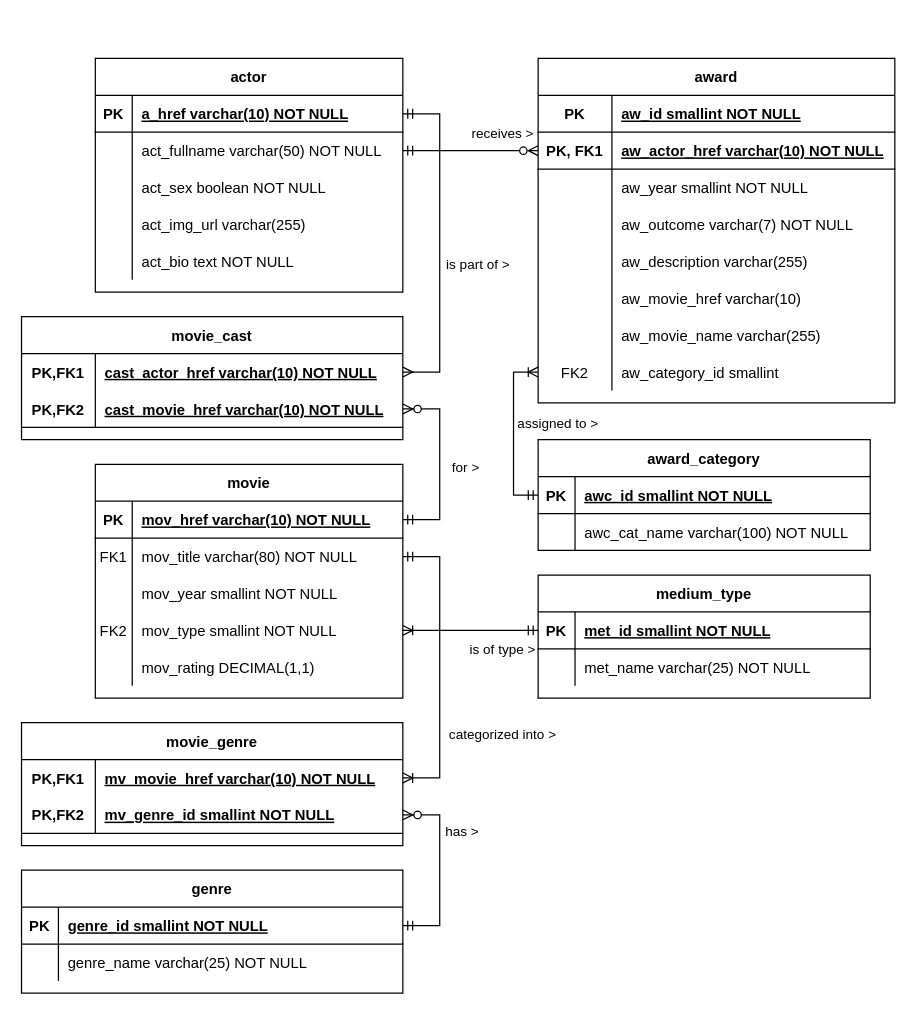
This is charts/ERD_IMDB_Analysis.drawio from Mushroomator/IMDb-Analyser, a draw.io file, before an edit. Source tidied: cells renumbered, new cells numbered last; positions are measured from the earlier drawing's top-left corner, leaving out a move shared by most shapes. Both pictures are drawn from the tidied source at 123%, with x=0, y=0 at pixel (21, 58).
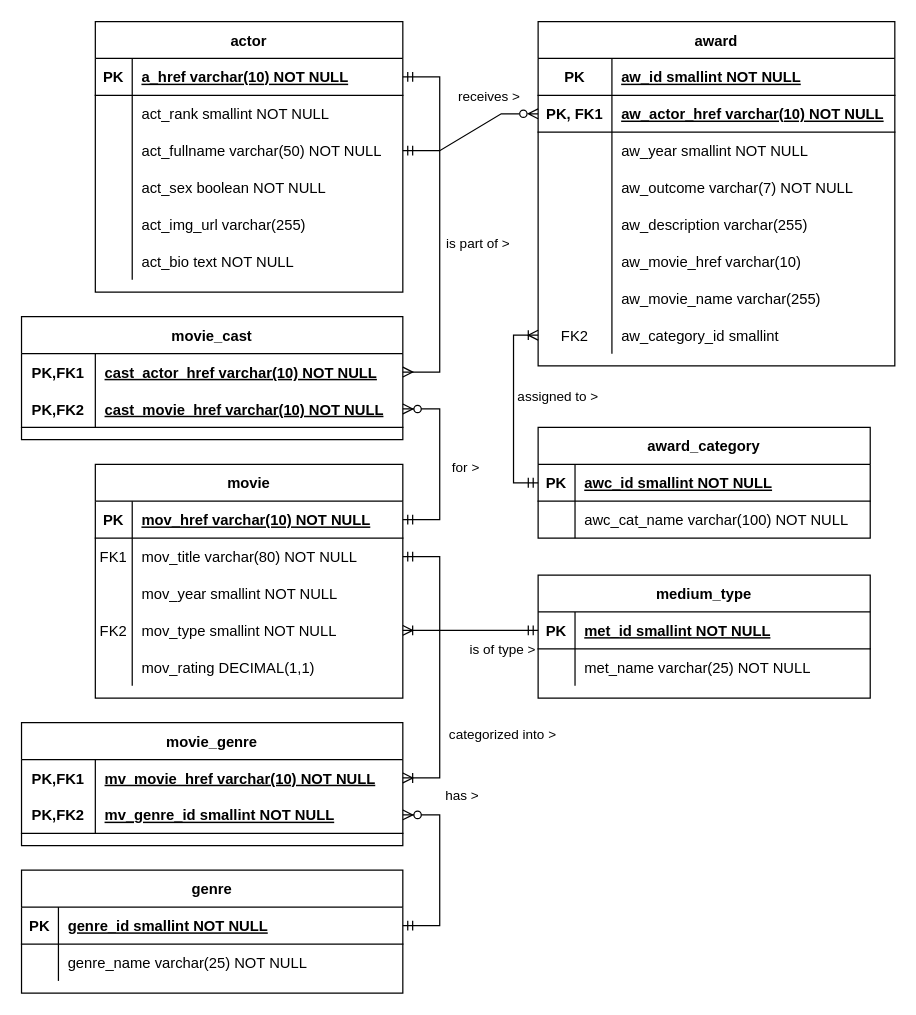
Above is the later version.

Unchanged cells that the change refers to:
```xml
<mxCell id="70" style="edgeStyle=entityRelationEdgeStyle;fontSize=12;html=1;endArrow=ERmandOne;endFill=0;rounded=0;entryX=1;entryY=0.5;entryDx=0;entryDy=0;exitX=0;exitY=0.5;exitDx=0;exitDy=0;jumpStyle=none;noJump=0;orthogonal=0;verticalAlign=middle;startArrow=ERzeroToMany;startFill=0;" parent="1" edge="1" source="6" target="47">
  <mxGeometry relative="1" as="geometry" />
</mxCell>
```

Change to the diagram source:
```diff
@@
     <mxCell id="2" value="award" style="shape=table;startSize=30;childLayout=tableLayout;rowLines=0;fontStyle=1;align=center;" parent="1" vertex="1">
-      <mxGeometry x="420" width="290" height="280" as="geometry" />
+      <mxGeometry x="420" y="-30" width="290" height="280" as="geometry" />
     </mxCell>
@@
     <mxCell id="43" value="actor" style="shape=table;startSize=30;childLayout=tableLayout;rowLines=0;fontStyle=1;align=center;" parent="1" vertex="1">
-      <mxGeometry x="60" width="250" height="190" as="geometry" />
+      <mxGeometry x="60" y="-30" width="250" height="220" as="geometry" />
     </mxCell>
@@
+    <mxCell id="108" style="shape=partialRectangle;fillColor=none;top=0;left=0;right=0;bottom=0;" parent="43" vertex="1">
+      <mxGeometry y="60" width="250" height="30" as="geometry" />
+    </mxCell>
+    <mxCell id="109" style="shape=partialRectangle;overflow=hidden;fillColor=none;top=0;left=0;bottom=0;right=0;" parent="108" vertex="1">
+      <mxGeometry width="30" height="30" as="geometry" />
+    </mxCell>
+    <mxCell id="110" value="act_rank smallint NOT NULL" style="shape=partialRectangle;overflow=hidden;fillColor=none;top=0;left=0;bottom=0;right=0;align=left;spacingLeft=6;" parent="108" vertex="1">
+      <mxGeometry x="30" width="220" height="30" as="geometry" />
+    </mxCell>
     <mxCell id="47" style="shape=partialRectangle;fillColor=none;points=[[0,0.5],[1,0.5]];portConstraint=eastwest;top=0;left=0;right=0;bottom=0;" parent="43" vertex="1">
-      <mxGeometry y="60" width="250" height="30" as="geometry" />
+      <mxGeometry y="90" width="250" height="30" as="geometry" />
     </mxCell>
@@
     <mxCell id="50" style="shape=partialRectangle;fillColor=none;top=0;left=0;right=0;bottom=0;" parent="43" vertex="1">
-      <mxGeometry y="90" width="250" height="30" as="geometry" />
+      <mxGeometry y="120" width="250" height="30" as="geometry" />
     </mxCell>
@@
     <mxCell id="53" style="shape=partialRectangle;fillColor=none;top=0;left=0;right=0;bottom=0;" parent="43" vertex="1">
-      <mxGeometry y="120" width="250" height="30" as="geometry" />
+      <mxGeometry y="150" width="250" height="30" as="geometry" />
     </mxCell>
@@
     <mxCell id="56" style="shape=partialRectangle;fillColor=none;top=0;left=0;right=0;bottom=0;" parent="43" vertex="1">
-      <mxGeometry y="150" width="250" height="30" as="geometry" />
+      <mxGeometry y="180" width="250" height="30" as="geometry" />
     </mxCell>
@@
     <mxCell id="71" value="receives &amp;gt;" style="edgeLabel;html=1;align=center;verticalAlign=middle;" parent="70" vertex="1">
       <mxGeometry x="0.08" relative="1" as="geometry">
-        <mxPoint x="29" y="-15" as="offset" />
+        <mxPoint x="19" y="-32" as="offset" />
       </mxGeometry>
     </mxCell>
@@
     <mxCell id="98" value="award_category" style="shape=table;startSize=30;childLayout=tableLayout;rowLines=0;fontStyle=1;align=center;" parent="1" vertex="1">
-      <mxGeometry x="420" y="310" width="270" height="90" as="geometry" />
+      <mxGeometry x="420" y="300" width="270" height="90" as="geometry" />
     </mxCell>
@@
     <mxCell id="107" value="has &amp;gt;" style="edgeLabel;html=1;align=center;verticalAlign=middle;" parent="1" vertex="1">
-      <mxGeometry x="374" y="560" as="geometry">
+      <mxGeometry x="374" y="530" as="geometry">
         <mxPoint x="-17" y="68" as="offset" />
       </mxGeometry>
     </mxCell>
```
